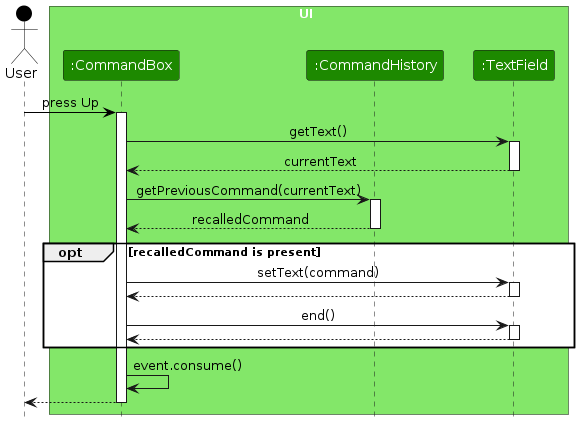
Above: diagrams/CommandHistorySequenceDiagram.png in AY2627S1-CS2103T-T08-4/tp (PlantUML), before the change. Its source is kept beside it as diagrams/CommandHistorySequenceDiagram.puml.
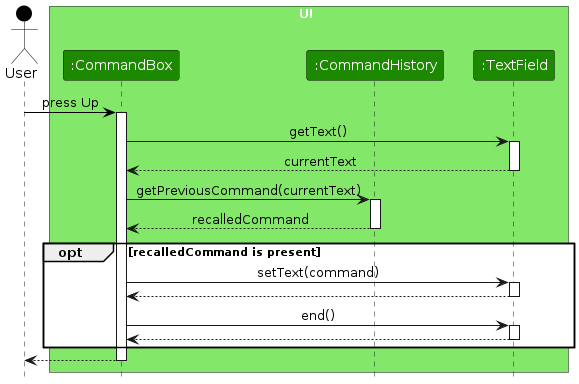
Later version of the same file.

Diff of the diagram source:
```diff
@@ -36,8 +36,6 @@
     deactivate TextField
 end
 
-CommandBox -> CommandBox : event.consume()
-
 CommandBox --> user
 deactivate CommandBox
 @enduml
```
